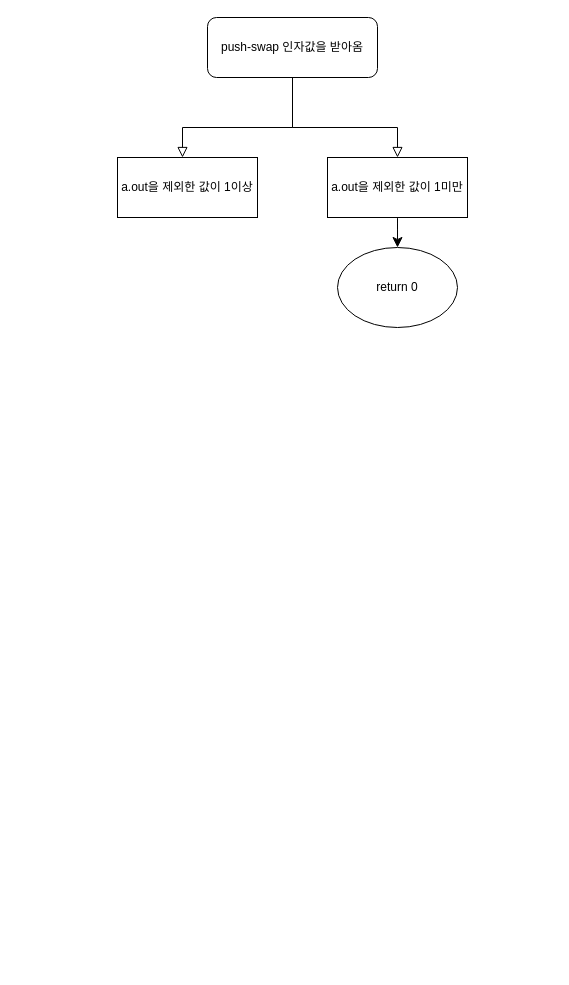
Before: Flowchart/Untitled Diagram.drawio in jae-mini-00/42, a draw.io diagram. Source tidied: cells renumbered, new cells numbered last; positions are measured from the earlier drawing's top-left corner, leaving out a move shared by most shapes. Both pictures are drawn from the tidied source at 100%, with x=0, y=0 at pixel (117, 17).
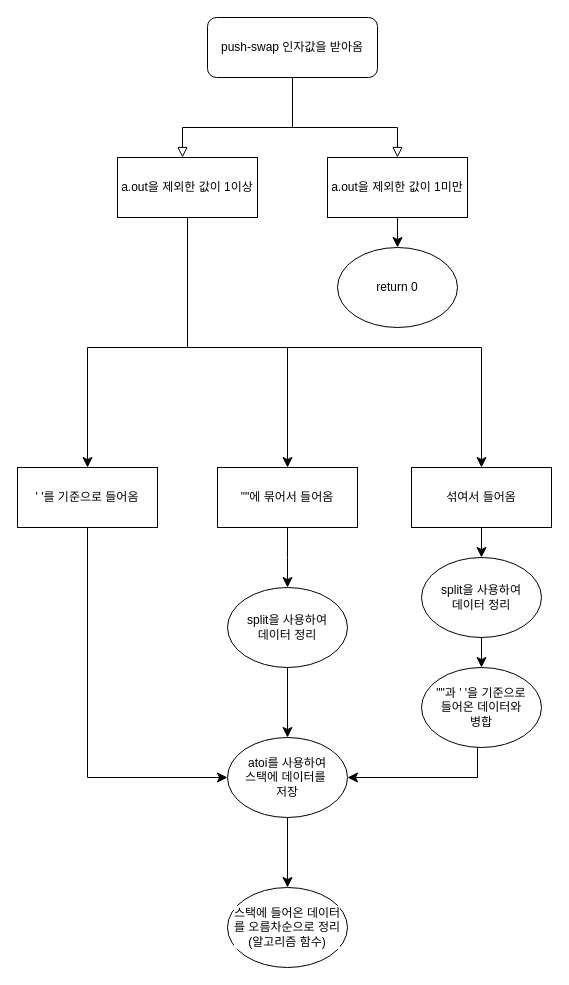
Above is the later version.

Unchanged cells that the change refers to:
```xml
<mxCell id="4" value="a.out을 제외한 값이 1이상" style="rounded=0;whiteSpace=wrap;html=1;" parent="1" vertex="1">
  <mxGeometry y="140" width="140" height="60" as="geometry" />
</mxCell>
```

Change to the diagram source:
```diff
@@
+    <mxCell id="9" style="edgeStyle=orthogonalEdgeStyle;rounded=0;jettySize=auto;html=1;entryX=0.5;entryY=0;entryDx=0;entryDy=0;fontSize=12;startSize=8;endSize=8;" parent="1" edge="1" source="4" target="15">
+      <mxGeometry relative="1" as="geometry">
+        <Array as="points">
+          <mxPoint x="70" y="330" />
+          <mxPoint x="-30" y="330" />
+        </Array>
+      </mxGeometry>
+    </mxCell>
+    <mxCell id="10" style="edgeStyle=orthogonalEdgeStyle;shape=connector;rounded=0;jettySize=auto;html=1;entryX=0.5;entryY=0;entryDx=0;entryDy=0;strokeColor=default;align=center;verticalAlign=middle;fontFamily=Helvetica;fontSize=12;fontColor=default;labelBackgroundColor=default;startSize=8;endArrow=classic;endSize=8;" parent="1" edge="1" source="4" target="13">
+      <mxGeometry relative="1" as="geometry">
+        <Array as="points">
+          <mxPoint x="70" y="330" />
+          <mxPoint x="170" y="330" />
+        </Array>
+      </mxGeometry>
+    </mxCell>
+    <mxCell id="11" style="edgeStyle=orthogonalEdgeStyle;shape=connector;rounded=0;jettySize=auto;html=1;entryX=0.5;entryY=0;entryDx=0;entryDy=0;strokeColor=default;align=center;verticalAlign=middle;fontFamily=Helvetica;fontSize=12;fontColor=default;labelBackgroundColor=default;startSize=8;endArrow=classic;endSize=8;" parent="1" edge="1" source="4" target="17">
+      <mxGeometry relative="1" as="geometry">
+        <Array as="points">
+          <mxPoint x="70" y="330" />
+          <mxPoint x="364" y="330" />
+        </Array>
+      </mxGeometry>
+    </mxCell>
@@
+    <mxCell id="12" style="edgeStyle=orthogonalEdgeStyle;shape=connector;rounded=0;jettySize=auto;html=1;strokeColor=default;align=center;verticalAlign=middle;fontFamily=Helvetica;fontSize=12;fontColor=default;labelBackgroundColor=default;startSize=8;endArrow=classic;endSize=8;" parent="1" edge="1" source="13">
+      <mxGeometry relative="1" as="geometry">
+        <mxPoint x="170" y="570" as="targetPoint" />
+      </mxGeometry>
+    </mxCell>
+    <mxCell id="13" value="&quot;&quot;에 묶어서 들어옴" style="rounded=0;whiteSpace=wrap;html=1;" parent="1" vertex="1">
+      <mxGeometry x="100" y="450" width="140" height="60" as="geometry" />
+    </mxCell>
+    <mxCell id="14" style="edgeStyle=orthogonalEdgeStyle;shape=connector;rounded=0;jettySize=auto;html=1;entryX=0;entryY=0.5;entryDx=0;entryDy=0;strokeColor=default;align=center;verticalAlign=middle;fontFamily=Helvetica;fontSize=12;fontColor=default;labelBackgroundColor=default;startSize=8;endArrow=classic;endSize=8;" parent="1" edge="1" source="15" target="19">
+      <mxGeometry relative="1" as="geometry">
+        <Array as="points">
+          <mxPoint x="-30" y="760" />
+        </Array>
+      </mxGeometry>
+    </mxCell>
+    <mxCell id="15" value="' '를 기준으로 들어옴" style="rounded=0;whiteSpace=wrap;html=1;" parent="1" vertex="1">
+      <mxGeometry x="-100" y="450" width="140" height="60" as="geometry" />
+    </mxCell>
+    <mxCell id="16" style="edgeStyle=orthogonalEdgeStyle;shape=connector;rounded=0;jettySize=auto;html=1;entryX=0.5;entryY=0;entryDx=0;entryDy=0;strokeColor=default;align=center;verticalAlign=middle;fontFamily=Helvetica;fontSize=12;fontColor=default;labelBackgroundColor=default;startSize=8;endArrow=classic;endSize=8;" parent="1" edge="1" source="17" target="23">
+      <mxGeometry relative="1" as="geometry" />
+    </mxCell>
+    <mxCell id="17" value="섞여서 들어옴" style="rounded=0;whiteSpace=wrap;html=1;" parent="1" vertex="1">
+      <mxGeometry x="294" y="450" width="140" height="60" as="geometry" />
+    </mxCell>
+    <mxCell id="18" style="edgeStyle=orthogonalEdgeStyle;shape=connector;rounded=0;jettySize=auto;html=1;entryX=0.5;entryY=0;entryDx=0;entryDy=0;strokeColor=default;align=center;verticalAlign=middle;fontFamily=Helvetica;fontSize=12;fontColor=default;labelBackgroundColor=default;startSize=8;endArrow=classic;endSize=8;" parent="1" edge="1" source="19" target="26">
+      <mxGeometry relative="1" as="geometry" />
+    </mxCell>
+    <mxCell id="19" value="atoi를 사용하여&lt;div&gt;스택에 데이터를&amp;nbsp;&lt;/div&gt;&lt;div&gt;저장&lt;/div&gt;" style="ellipse;whiteSpace=wrap;html=1;fontFamily=Helvetica;fontSize=12;fontColor=default;labelBackgroundColor=default;" parent="1" vertex="1">
+      <mxGeometry x="110" y="720" width="120" height="80" as="geometry" />
+    </mxCell>
+    <mxCell id="20" style="edgeStyle=orthogonalEdgeStyle;shape=connector;rounded=0;jettySize=auto;html=1;entryX=0.5;entryY=0;entryDx=0;entryDy=0;strokeColor=default;align=center;verticalAlign=middle;fontFamily=Helvetica;fontSize=12;fontColor=default;labelBackgroundColor=default;startSize=8;endArrow=classic;endSize=8;" parent="1" edge="1" source="21" target="19">
+      <mxGeometry relative="1" as="geometry" />
+    </mxCell>
+    <mxCell id="21" value="split을 사용하여&lt;div&gt;데이터 정리&lt;/div&gt;" style="ellipse;whiteSpace=wrap;html=1;fontFamily=Helvetica;fontSize=12;fontColor=default;labelBackgroundColor=default;" parent="1" vertex="1">
+      <mxGeometry x="110" y="570" width="120" height="80" as="geometry" />
+    </mxCell>
+    <mxCell id="22" style="edgeStyle=orthogonalEdgeStyle;shape=connector;rounded=0;jettySize=auto;html=1;entryX=0.5;entryY=0;entryDx=0;entryDy=0;strokeColor=default;align=center;verticalAlign=middle;fontFamily=Helvetica;fontSize=12;fontColor=default;labelBackgroundColor=default;startSize=8;endArrow=classic;endSize=8;" parent="1" edge="1" source="23" target="25">
+      <mxGeometry relative="1" as="geometry" />
+    </mxCell>
+    <mxCell id="23" value="split을 사용하여&lt;div&gt;데이터 정리&lt;/div&gt;" style="ellipse;whiteSpace=wrap;html=1;fontFamily=Helvetica;fontSize=12;fontColor=default;labelBackgroundColor=default;" parent="1" vertex="1">
+      <mxGeometry x="304" y="540" width="120" height="80" as="geometry" />
+    </mxCell>
+    <mxCell id="24" style="edgeStyle=orthogonalEdgeStyle;shape=connector;rounded=0;jettySize=auto;html=1;strokeColor=default;align=center;verticalAlign=middle;fontFamily=Helvetica;fontSize=12;fontColor=default;labelBackgroundColor=default;startSize=8;endArrow=classic;endSize=8;entryX=1;entryY=0.5;entryDx=0;entryDy=0;" parent="1" edge="1" source="25" target="19">
+      <mxGeometry relative="1" as="geometry">
+        <Array as="points">
+          <mxPoint x="360" y="760" />
+        </Array>
+      </mxGeometry>
+    </mxCell>
+    <mxCell id="25" value="&quot;&quot;과 ' '을 기준으로&lt;div&gt;들어온 데이터와&lt;/div&gt;&lt;div&gt;병합&lt;/div&gt;" style="ellipse;whiteSpace=wrap;html=1;fontFamily=Helvetica;fontSize=12;fontColor=default;labelBackgroundColor=default;" parent="1" vertex="1">
+      <mxGeometry x="304" y="650" width="120" height="80" as="geometry" />
+    </mxCell>
+    <mxCell id="26" value="스택에 들어온 데이터&lt;div&gt;를 오름차순으로 정리&lt;/div&gt;&lt;div&gt;(알고리즘 함수)&lt;/div&gt;" style="ellipse;whiteSpace=wrap;html=1;fontFamily=Helvetica;fontSize=12;fontColor=default;labelBackgroundColor=default;" parent="1" vertex="1">
+      <mxGeometry x="110" y="870" width="120" height="80" as="geometry" />
+    </mxCell>
```
